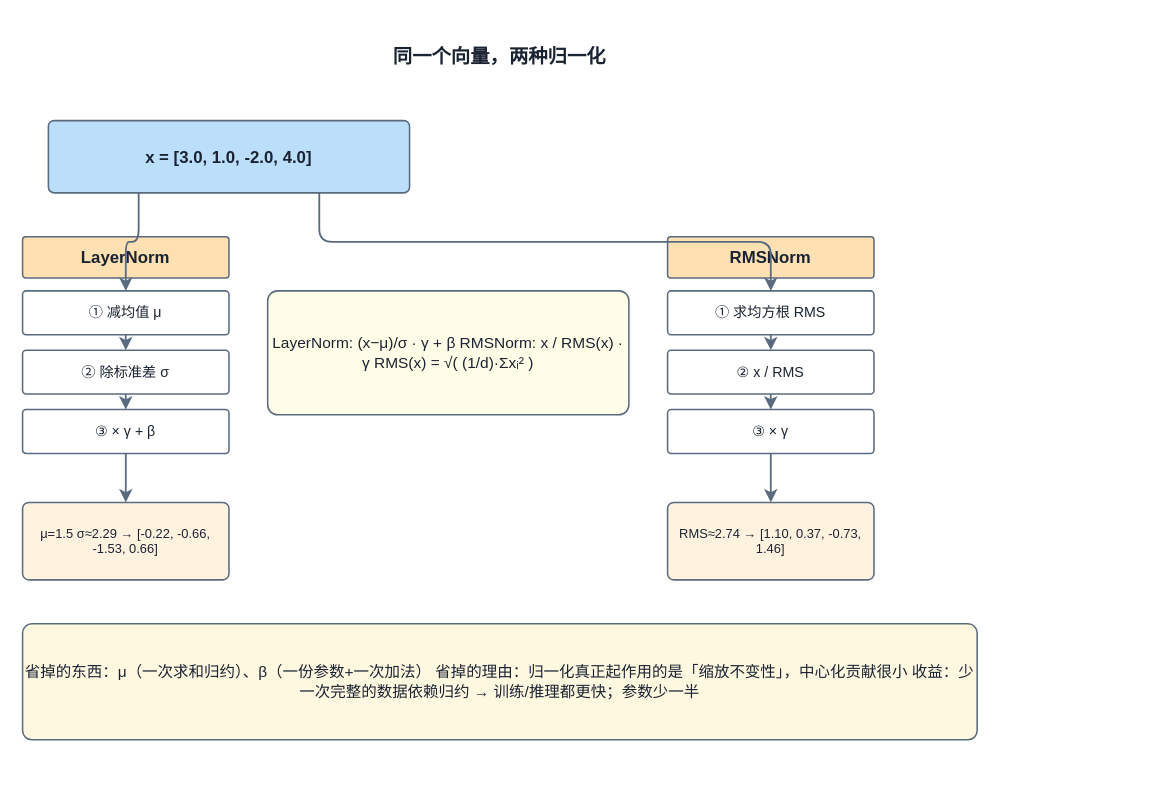
laojiahuo2003/laojiahuo2003.github.io keeps this draw.io diagram as src/content/blog/architecture/rmsnorm_1_compare.drawio. Above is the earlier version. Source tidied: cells renumbered, new cells numbered last; positions are measured from the earlier drawing's top-left corner, leaving out a move shared by most shapes. Both pictures are drawn from the tidied source at 129%, with x=0, y=0 at pixel (22, 30).
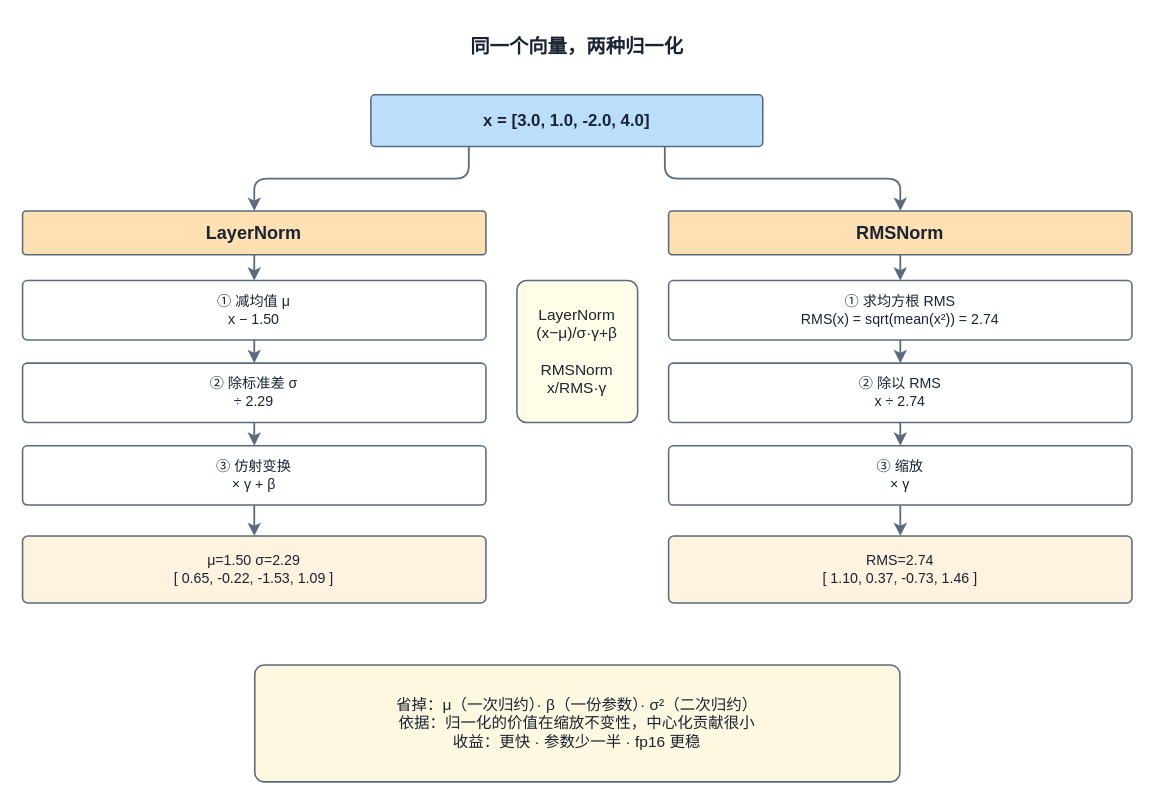
The same page after the edit.

Commit message (it also covers changes not shown here):
RMSNorm notes v2: rewrite in tech-blog style, fix block math and figure line-breaks

The edit, as a diff of the source:
```diff
@@
     <mxCell id="2" value="同一个向量，两种归一化" style="rounded=1;whiteSpace=wrap;html=1;fillColor=#FFFFFF;arcSize=8;strokeColor=#FFFFFF;strokeWidth=1.2;fontStyle=1;fontSize=15;fontColor=#1A2332;" parent="1" vertex="1">
-      <mxGeometry width="740" height="40" as="geometry" />
+      <mxGeometry y="-6" width="860" height="36" as="geometry" />
     </mxCell>
-    <mxCell id="3" value="x = [3.0, 1.0, -2.0, 4.0]" style="rounded=1;whiteSpace=wrap;html=1;fillColor=#BBDEFB;arcSize=8;strokeColor=#5A6B7F;strokeWidth=1.2;fontStyle=1;fontSize=13;fontColor=#1A2332;" parent="1" vertex="1">
-      <mxGeometry x="20" y="70" width="280" height="56" as="geometry" />
+    <mxCell id="3" value="x = [3.0,  1.0,  -2.0,  4.0]" style="rounded=1;whiteSpace=wrap;html=1;fillColor=#BBDEFB;arcSize=8;strokeColor=#5A6B7F;strokeWidth=1.2;fontStyle=1;fontSize=13;fontColor=#1A2332;" parent="1" vertex="1">
+      <mxGeometry x="270" y="50" width="303.8" height="40" as="geometry" />
     </mxCell>
-    <mxCell id="4" value="LayerNorm" style="rounded=1;whiteSpace=wrap;html=1;fillColor=#FFE0B2;arcSize=8;strokeColor=#5A6B7F;strokeWidth=1.2;fontStyle=1;fontSize=13;fontColor=#1A2332;" parent="1" vertex="1">
-      <mxGeometry y="160" width="160" height="32" as="geometry" />
+    <mxCell id="4" value="LayerNorm" style="rounded=1;whiteSpace=wrap;html=1;fillColor=#FFE0B2;arcSize=8;strokeColor=#5A6B7F;strokeWidth=1.2;fontStyle=1;fontSize=14;fontColor=#1A2332;" parent="1" vertex="1">
+      <mxGeometry y="140" width="359.2" height="34" as="geometry" />
     </mxCell>
-    <mxCell id="5" value="① 减均值 μ" style="rounded=1;whiteSpace=wrap;html=1;fillColor=#FFFFFF;arcSize=8;strokeColor=#5A6B7F;strokeWidth=1.2;fontSize=11;fontColor=#1A2332;" parent="1" vertex="1">
-      <mxGeometry y="202" width="160" height="34" as="geometry" />
+    <mxCell id="5" value="RMSNorm" style="rounded=1;whiteSpace=wrap;html=1;fillColor=#FFE0B2;arcSize=8;strokeColor=#5A6B7F;strokeWidth=1.2;fontStyle=1;fontSize=14;fontColor=#1A2332;" parent="1" vertex="1">
+      <mxGeometry x="500.8" y="140" width="359.2" height="34" as="geometry" />
     </mxCell>
-    <mxCell id="6" value="② 除标准差 σ" style="rounded=1;whiteSpace=wrap;html=1;fillColor=#FFFFFF;arcSize=8;strokeColor=#5A6B7F;strokeWidth=1.2;fontSize=11;fontColor=#1A2332;" parent="1" vertex="1">
-      <mxGeometry y="248" width="160" height="34" as="geometry" />
+    <mxCell id="6" value="① 减均值 μ&#10;x − 1.50" style="rounded=1;whiteSpace=wrap;html=1;fillColor=#FFFFFF;arcSize=8;strokeColor=#5A6B7F;strokeWidth=1.2;fontSize=11;fontColor=#1A2332;" parent="1" vertex="1">
+      <mxGeometry y="194" width="359.2" height="46" as="geometry" />
     </mxCell>
-    <mxCell id="7" value="③ × γ + β" style="rounded=1;whiteSpace=wrap;html=1;fillColor=#FFFFFF;arcSize=8;strokeColor=#5A6B7F;strokeWidth=1.2;fontSize=11;fontColor=#1A2332;" parent="1" vertex="1">
-      <mxGeometry y="294" width="160" height="34" as="geometry" />
+    <mxCell id="7" value="① 求均方根 RMS&#10;RMS(x) = sqrt(mean(x²)) = 2.74" style="rounded=1;whiteSpace=wrap;html=1;fillColor=#FFFFFF;arcSize=8;strokeColor=#5A6B7F;strokeWidth=1.2;fontSize=11;fontColor=#1A2332;" parent="1" vertex="1">
+      <mxGeometry x="500.8" y="194" width="359.2" height="46" as="geometry" />
     </mxCell>
-    <mxCell id="8" value="μ=1.5  σ≈2.29 → [-0.22, -0.66, -1.53, 0.66]" style="rounded=1;whiteSpace=wrap;html=1;fillColor=#FFF3E0;arcSize=8;strokeColor=#5A6B7F;strokeWidth=1.2;fontSize=10;fontColor=#1A2332;" parent="1" vertex="1">
-      <mxGeometry y="366" width="160" height="60" as="geometry" />
+    <mxCell id="8" value="② 除标准差 σ&#10;÷ 2.29" style="rounded=1;whiteSpace=wrap;html=1;fillColor=#FFFFFF;arcSize=8;strokeColor=#5A6B7F;strokeWidth=1.2;fontSize=11;fontColor=#1A2332;" parent="1" vertex="1">
+      <mxGeometry y="258" width="359.2" height="46" as="geometry" />
     </mxCell>
-    <mxCell id="9" value="RMSNorm" style="rounded=1;whiteSpace=wrap;html=1;fillColor=#FFE0B2;arcSize=8;strokeColor=#5A6B7F;strokeWidth=1.2;fontStyle=1;fontSize=13;fontColor=#1A2332;" parent="1" vertex="1">
-      <mxGeometry x="500" y="160" width="160" height="32" as="geometry" />
+    <mxCell id="9" value="② 除以 RMS&#10;x ÷ 2.74" style="rounded=1;whiteSpace=wrap;html=1;fillColor=#FFFFFF;arcSize=8;strokeColor=#5A6B7F;strokeWidth=1.2;fontSize=11;fontColor=#1A2332;" parent="1" vertex="1">
+      <mxGeometry x="500.8" y="258" width="359.2" height="46" as="geometry" />
     </mxCell>
-    <mxCell id="10" value="① 求均方根 RMS" style="rounded=1;whiteSpace=wrap;html=1;fillColor=#FFFFFF;arcSize=8;strokeColor=#5A6B7F;strokeWidth=1.2;fontSize=11;fontColor=#1A2332;" parent="1" vertex="1">
-      <mxGeometry x="500" y="202" width="160" height="34" as="geometry" />
+    <mxCell id="10" value="③ 仿射变换&#10;× γ + β" style="rounded=1;whiteSpace=wrap;html=1;fillColor=#FFFFFF;arcSize=8;strokeColor=#5A6B7F;strokeWidth=1.2;fontSize=11;fontColor=#1A2332;" parent="1" vertex="1">
+      <mxGeometry y="322" width="359.2" height="46" as="geometry" />
     </mxCell>
-    <mxCell id="11" value="② x / RMS" style="rounded=1;whiteSpace=wrap;html=1;fillColor=#FFFFFF;arcSize=8;strokeColor=#5A6B7F;strokeWidth=1.2;fontSize=11;fontColor=#1A2332;" parent="1" vertex="1">
-      <mxGeometry x="500" y="248" width="160" height="34" as="geometry" />
+    <mxCell id="11" value="③ 缩放&#10;× γ" style="rounded=1;whiteSpace=wrap;html=1;fillColor=#FFFFFF;arcSize=8;strokeColor=#5A6B7F;strokeWidth=1.2;fontSize=11;fontColor=#1A2332;" parent="1" vertex="1">
+      <mxGeometry x="500.8" y="322" width="359.2" height="46" as="geometry" />
     </mxCell>
-    <mxCell id="12" value="③ × γ" style="rounded=1;whiteSpace=wrap;html=1;fillColor=#FFFFFF;arcSize=8;strokeColor=#5A6B7F;strokeWidth=1.2;fontSize=11;fontColor=#1A2332;" parent="1" vertex="1">
-      <mxGeometry x="500" y="294" width="160" height="34" as="geometry" />
+    <mxCell id="12" value="μ=1.50  σ=2.29&#10;[ 0.65, -0.22, -1.53,  1.09 ]" style="rounded=1;whiteSpace=wrap;html=1;fillColor=#FFF3E0;arcSize=8;strokeColor=#5A6B7F;strokeWidth=1.2;fontSize=11;fontColor=#1A2332;" parent="1" vertex="1">
+      <mxGeometry y="392" width="359.2" height="52" as="geometry" />
     </mxCell>
-    <mxCell id="13" value="RMS≈2.74 → [1.10, 0.37, -0.73, 1.46]" style="rounded=1;whiteSpace=wrap;html=1;fillColor=#FFF3E0;arcSize=8;strokeColor=#5A6B7F;strokeWidth=1.2;fontSize=10;fontColor=#1A2332;" parent="1" vertex="1">
-      <mxGeometry x="500" y="366" width="160" height="60" as="geometry" />
+    <mxCell id="13" value="RMS=2.74&#10;[ 1.10,  0.37, -0.73,  1.46 ]" style="rounded=1;whiteSpace=wrap;html=1;fillColor=#FFF3E0;arcSize=8;strokeColor=#5A6B7F;strokeWidth=1.2;fontSize=11;fontColor=#1A2332;" parent="1" vertex="1">
+      <mxGeometry x="500.8" y="392" width="359.2" height="52" as="geometry" />
     </mxCell>
-    <mxCell id="14" value="LayerNorm: (x−μ)/σ · γ + β  RMSNorm:  x / RMS(x) · γ  RMS(x) = √( (1/d)·Σxᵢ² )" style="rounded=1;whiteSpace=wrap;html=1;fillColor=#FFFDE7;arcSize=8;strokeColor=#5A6B7F;strokeWidth=1.2;fontSize=12;fontColor=#1A2332;" parent="1" vertex="1">
-      <mxGeometry x="190" y="202" width="280" height="96" as="geometry" />
+    <mxCell id="14" value="LayerNorm&#10;(x−μ)/σ·γ+β&#10;&#10;RMSNorm&#10;x/RMS·γ" style="rounded=1;whiteSpace=wrap;html=1;fillColor=#FFFDE7;arcSize=8;strokeColor=#5A6B7F;strokeWidth=1.2;fontSize=12;fontColor=#1A2332;" parent="1" vertex="1">
+      <mxGeometry x="383.2" y="194" width="93.6" height="110" as="geometry" />
     </mxCell>
-    <mxCell id="15" value="省掉的东西：μ（一次求和归约）、β（一份参数+一次加法） 省掉的理由：归一化真正起作用的是「缩放不变性」，中心化贡献很小 收益：少一次完整的数据依赖归约 → 训练/推理都更快；参数少一半" style="rounded=1;whiteSpace=wrap;html=1;fillColor=#FFF8E1;arcSize=8;strokeColor=#5A6B7F;strokeWidth=1.2;fontSize=12;fontColor=#1A2332;" parent="1" vertex="1">
-      <mxGeometry y="460" width="740" height="90" as="geometry" />
+    <mxCell id="15" value="省掉：μ（一次归约）· β（一份参数）· σ²（二次归约）&#10;依据：归一化的价值在缩放不变性，中心化贡献很小&#10;收益：更快 · 参数少一半 · fp16 更稳" style="rounded=1;whiteSpace=wrap;html=1;fillColor=#FFF8E1;arcSize=8;strokeColor=#5A6B7F;strokeWidth=1.2;fontSize=12;fontColor=#1A2332;" parent="1" vertex="1">
+      <mxGeometry x="180" y="492" width="500.1" height="90.6" as="geometry" />
     </mxCell>
-    <mxCell id="16" style="edgeStyle=orthogonalEdgeStyle;rounded=1;html=1;strokeColor=#5A6B7F;strokeWidth=1.4;exitX=0.5;exitY=1;exitDx=0;exitDy=0;entryX=0.5;entryY=0;entryDx=0;entryDy=0;" parent="1" edge="1" source="5" target="6">
-      <mxGeometry relative="1" as="geometry" />
-    </mxCell>
-    <mxCell id="17" style="edgeStyle=orthogonalEdgeStyle;rounded=1;html=1;strokeColor=#5A6B7F;strokeWidth=1.4;exitX=0.5;exitY=1;exitDx=0;exitDy=0;entryX=0.5;entryY=0;entryDx=0;entryDy=0;" parent="1" edge="1" source="6" target="7">
-      <mxGeometry relative="1" as="geometry" />
-    </mxCell>
+    <mxCell id="24" style="edgeStyle=orthogonalEdgeStyle;rounded=1;html=1;strokeColor=#5A6B7F;strokeWidth=1.4;exitX=0.5;exitY=1;exitDx=0;exitDy=0;entryX=0.5;entryY=0;entryDx=0;entryDy=0;" parent="1" edge="1" source="4" target="6">
+      <mxGeometry relative="1" as="geometry" />
+    </mxCell>
+    <mxCell id="25" style="edgeStyle=orthogonalEdgeStyle;rounded=1;html=1;strokeColor=#5A6B7F;strokeWidth=1.4;exitX=0.5;exitY=1;exitDx=0;exitDy=0;entryX=0.5;entryY=0;entryDx=0;entryDy=0;" parent="1" edge="1" source="5" target="7">
+      <mxGeometry relative="1" as="geometry" />
+    </mxCell>
+    <mxCell id="26" style="edgeStyle=orthogonalEdgeStyle;rounded=1;html=1;strokeColor=#5A6B7F;strokeWidth=1.4;exitX=0.5;exitY=1;exitDx=0;exitDy=0;entryX=0.5;entryY=0;entryDx=0;entryDy=0;" parent="1" edge="1" source="6" target="8">
+      <mxGeometry relative="1" as="geometry" />
+    </mxCell>
+    <mxCell id="27" style="edgeStyle=orthogonalEdgeStyle;rounded=1;html=1;strokeColor=#5A6B7F;strokeWidth=1.4;exitX=0.5;exitY=1;exitDx=0;exitDy=0;entryX=0.5;entryY=0;entryDx=0;entryDy=0;" parent="1" edge="1" source="7" target="9">
+      <mxGeometry relative="1" as="geometry" />
+    </mxCell>
+    <mxCell id="28" style="edgeStyle=orthogonalEdgeStyle;rounded=1;html=1;strokeColor=#5A6B7F;strokeWidth=1.4;exitX=0.5;exitY=1;exitDx=0;exitDy=0;entryX=0.5;entryY=0;entryDx=0;entryDy=0;" parent="1" edge="1" source="8" target="10">
+      <mxGeometry relative="1" as="geometry" />
+    </mxCell>
+    <mxCell id="29" style="edgeStyle=orthogonalEdgeStyle;rounded=1;html=1;strokeColor=#5A6B7F;strokeWidth=1.4;exitX=0.5;exitY=1;exitDx=0;exitDy=0;entryX=0.5;entryY=0;entryDx=0;entryDy=0;" parent="1" edge="1" source="9" target="11">
+      <mxGeometry relative="1" as="geometry" />
+    </mxCell>
+    <mxCell id="30" style="edgeStyle=orthogonalEdgeStyle;rounded=1;html=1;strokeColor=#5A6B7F;strokeWidth=1.4;exitX=0.5;exitY=1;exitDx=0;exitDy=0;entryX=0.5;entryY=0;entryDx=0;entryDy=0;" parent="1" edge="1" source="10" target="12">
+      <mxGeometry relative="1" as="geometry" />
+    </mxCell>
+    <mxCell id="31" style="edgeStyle=orthogonalEdgeStyle;rounded=1;html=1;strokeColor=#5A6B7F;strokeWidth=1.4;exitX=0.5;exitY=1;exitDx=0;exitDy=0;entryX=0.5;entryY=0;entryDx=0;entryDy=0;" parent="1" edge="1" source="11" target="13">
+      <mxGeometry relative="1" as="geometry" />
+    </mxCell>
+    <mxCell id="32" style="edgeStyle=orthogonalEdgeStyle;rounded=1;html=1;strokeColor=#5A6B7F;strokeWidth=1.4;exitX=0.25;exitY=1;exitDx=0;exitDy=0;entryX=0.5;entryY=0;entryDx=0;entryDy=0;" parent="1" edge="1" source="3" target="4">
+      <mxGeometry relative="1" as="geometry" />
+    </mxCell>
-    <mxCell id="18" style="edgeStyle=orthogonalEdgeStyle;rounded=1;html=1;strokeColor=#5A6B7F;strokeWidth=1.4;exitX=0.25;exitY=1;exitDx=0;exitDy=0;entryX=0.5;entryY=0;entryDx=0;entryDy=0;" parent="1" edge="1" source="3" target="5">
+    <mxCell id="18" style="edgeStyle=orthogonalEdgeStyle;rounded=1;html=1;strokeColor=#5A6B7F;strokeWidth=1.4;exitX=0.75;exitY=1;exitDx=0;exitDy=0;entryX=0.5;entryY=0;entryDx=0;entryDy=0;" parent="1" edge="1" source="3" target="5">
       <mxGeometry relative="1" as="geometry" />
     </mxCell>
-    <mxCell id="19" style="edgeStyle=orthogonalEdgeStyle;rounded=1;html=1;strokeColor=#5A6B7F;strokeWidth=1.4;exitX=0.5;exitY=1;exitDx=0;exitDy=0;entryX=0.5;entryY=0;entryDx=0;entryDy=0;" parent="1" edge="1" source="7" target="8">
-      <mxGeometry relative="1" as="geometry" />
-    </mxCell>
-    <mxCell id="20" style="edgeStyle=orthogonalEdgeStyle;rounded=1;html=1;strokeColor=#5A6B7F;strokeWidth=1.4;exitX=0.5;exitY=1;exitDx=0;exitDy=0;entryX=0.5;entryY=0;entryDx=0;entryDy=0;" parent="1" edge="1" source="10" target="11">
-      <mxGeometry relative="1" as="geometry" />
-    </mxCell>
-    <mxCell id="21" style="edgeStyle=orthogonalEdgeStyle;rounded=1;html=1;strokeColor=#5A6B7F;strokeWidth=1.4;exitX=0.5;exitY=1;exitDx=0;exitDy=0;entryX=0.5;entryY=0;entryDx=0;entryDy=0;" parent="1" edge="1" source="11" target="12">
-      <mxGeometry relative="1" as="geometry" />
-    </mxCell>
-    <mxCell id="22" style="edgeStyle=orthogonalEdgeStyle;rounded=1;html=1;strokeColor=#5A6B7F;strokeWidth=1.4;exitX=0.75;exitY=1;exitDx=0;exitDy=0;entryX=0.5;entryY=0;entryDx=0;entryDy=0;" parent="1" edge="1" source="3" target="10">
-      <mxGeometry relative="1" as="geometry" />
-    </mxCell>
-    <mxCell id="23" style="edgeStyle=orthogonalEdgeStyle;rounded=1;html=1;strokeColor=#5A6B7F;strokeWidth=1.4;exitX=0.5;exitY=1;exitDx=0;exitDy=0;entryX=0.5;entryY=0;entryDx=0;entryDy=0;" parent="1" edge="1" source="12" target="13">
-      <mxGeometry relative="1" as="geometry" />
-    </mxCell>
```
